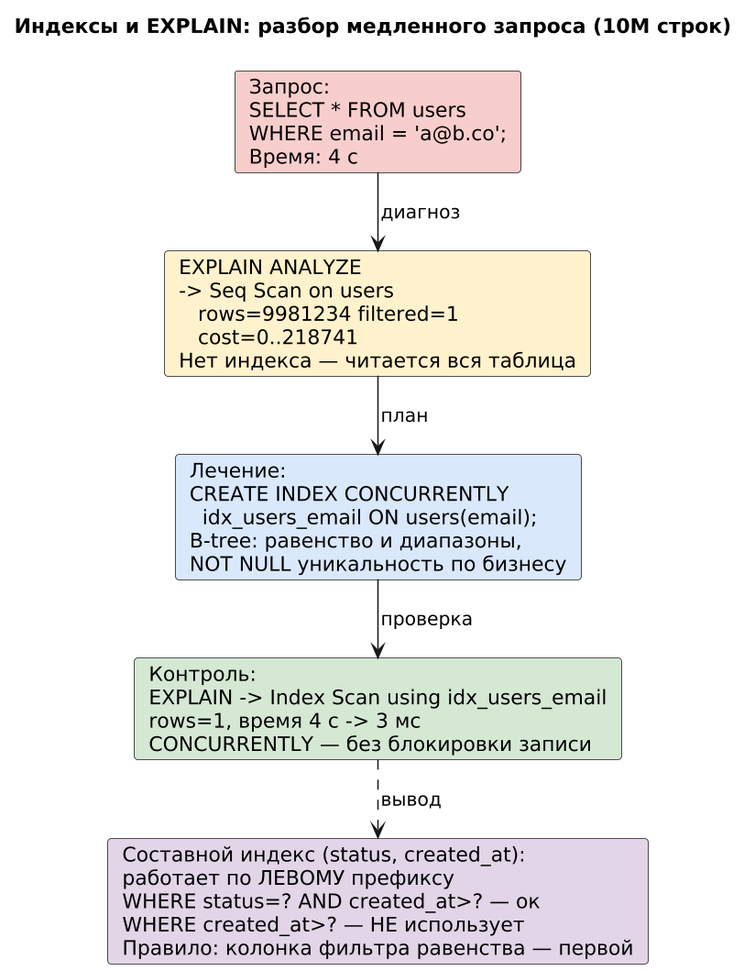
The PlantUML diagram images_m4/m4_02_index_explain.png in maedodo11/fullstack-system-analyst, before a commit. Its source is kept beside it as puml_m4/m4_02_index_explain.puml.
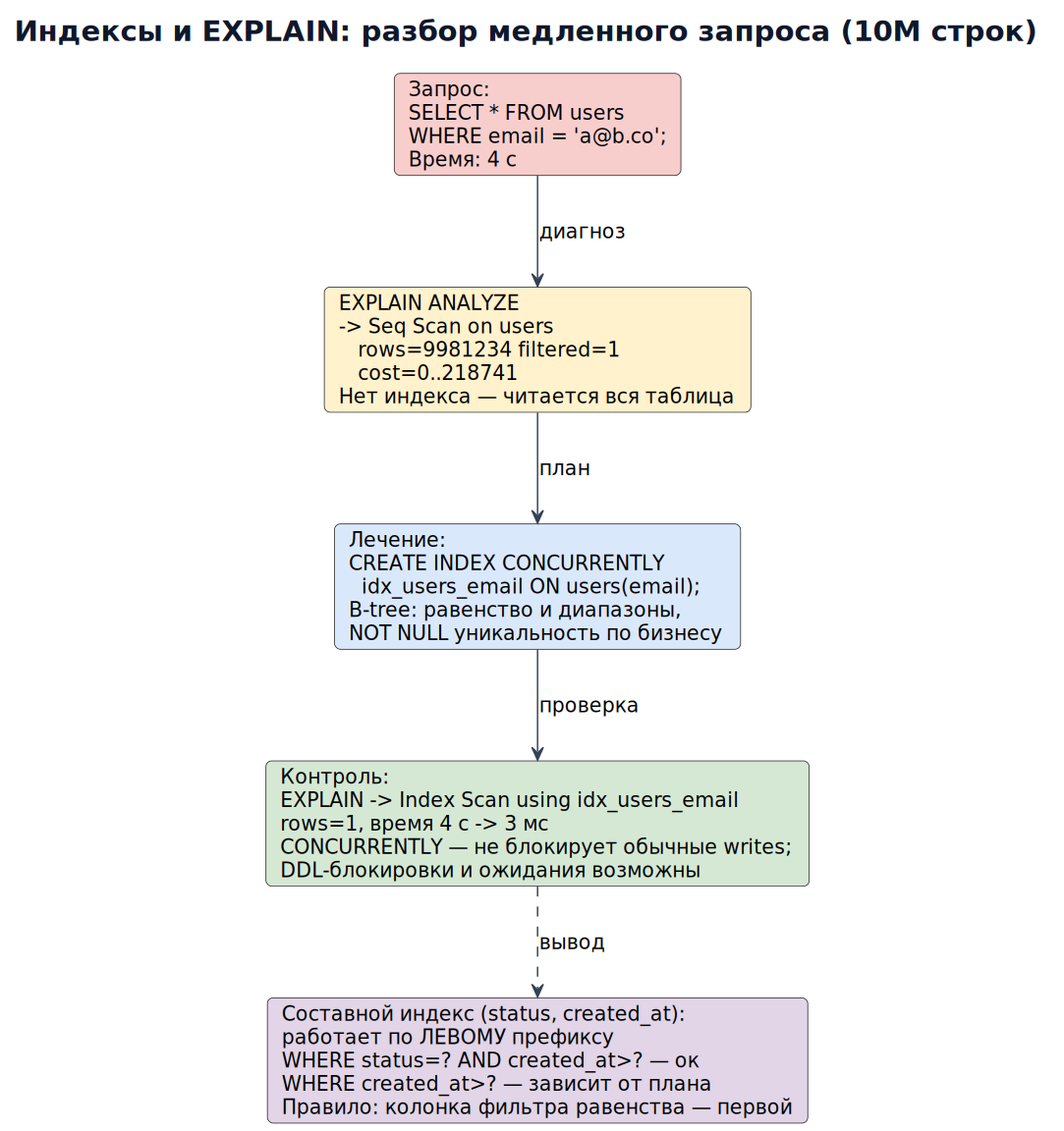
After the change.

Diff of the diagram source:
```diff
@@ -1,16 +1,24 @@
 @startuml m4_02_index_explain
-!pragma layout smetana
-skinparam dpi 150
-skinparam defaultFontName DejaVu Sans
+skinparam defaultFontName "DejaVu Sans"
+skinparam defaultFontSize 14
+skinparam backgroundColor #FFFFFF
+skinparam shadowing false
+skinparam roundcorner 8
+skinparam ArrowColor #334155
+skinparam titleFontColor #0F172A
+skinparam titleFontSize 20
+skinparam noteBackgroundColor #FFF7ED
+skinparam noteBorderColor #D97706
+skinparam dpi 140
 title Индексы и EXPLAIN: разбор медленного запроса (10M строк)
 
 card "Запрос:\nSELECT * FROM users\nWHERE email = 'a@b.co';\nВремя: 4 с" as Q #F8CECC
 card "EXPLAIN ANALYZE\n-> Seq Scan on users\n   rows=9981234 filtered=1\n   cost=0..218741\nНет индекса — читается вся таблица" as E1 #FFF2CC
 card "Лечение:\nCREATE INDEX CONCURRENTLY\n  idx_users_email ON users(email);\nB-tree: равенство и диапазоны,\nNOT NULL уникальность по бизнесу" as F #DAE8FC
-card "Контроль:\nEXPLAIN -> Index Scan using idx_users_email\nrows=1, время 4 с -> 3 мс\nCONCURRENTLY — без блокировки записи" as V #D5E8D4
+card "Контроль:\nEXPLAIN -> Index Scan using idx_users_email\nrows=1, время 4 с -> 3 мс\nCONCURRENTLY — не блокирует обычные writes;\nDDL-блокировки и ожидания возможны" as V #D5E8D4
 Q --> E1 : диагноз
 E1 --> F : план
 F --> V : проверка
-card "Составной индекс (status, created_at):\nработает по ЛЕВОМУ префиксу\nWHERE status=? AND created_at>? — ок\nWHERE created_at>? — НЕ использует\nПравило: колонка фильтра равенства — первой" as CP #E1D5E7
+card "Составной индекс (status, created_at):\nработает по ЛЕВОМУ префиксу\nWHERE status=? AND created_at>? — ок\nWHERE created_at>? — зависит от плана\nПравило: колонка фильтра равенства — первой" as CP #E1D5E7
 V ..> CP : вывод
 @enduml
```
